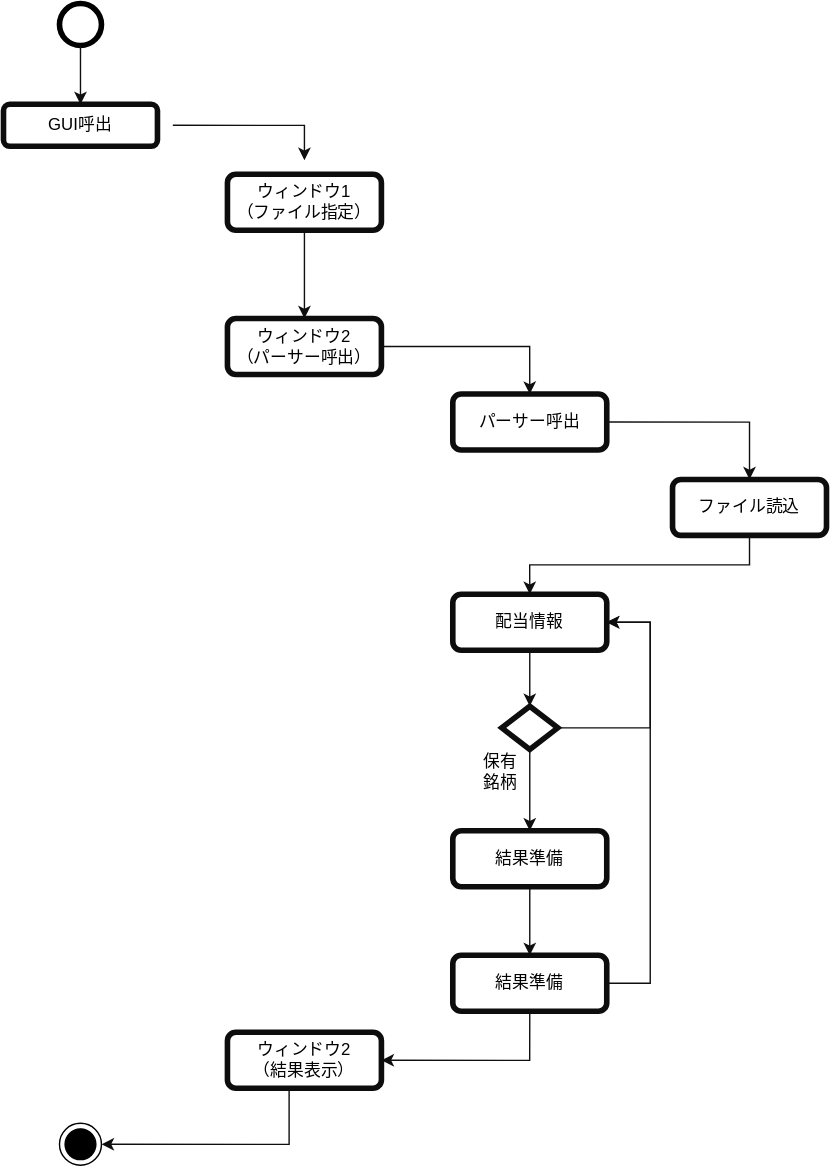
Before: client/docs/activity.drawio.svg, a diagram exported from draw.io (of3jlmssoo/djangorest-simple-app). Source tidied: cells renumbered, new cells last; positions are measured from the earlier drawing's top-left corner, leaving out a move shared by most shapes.
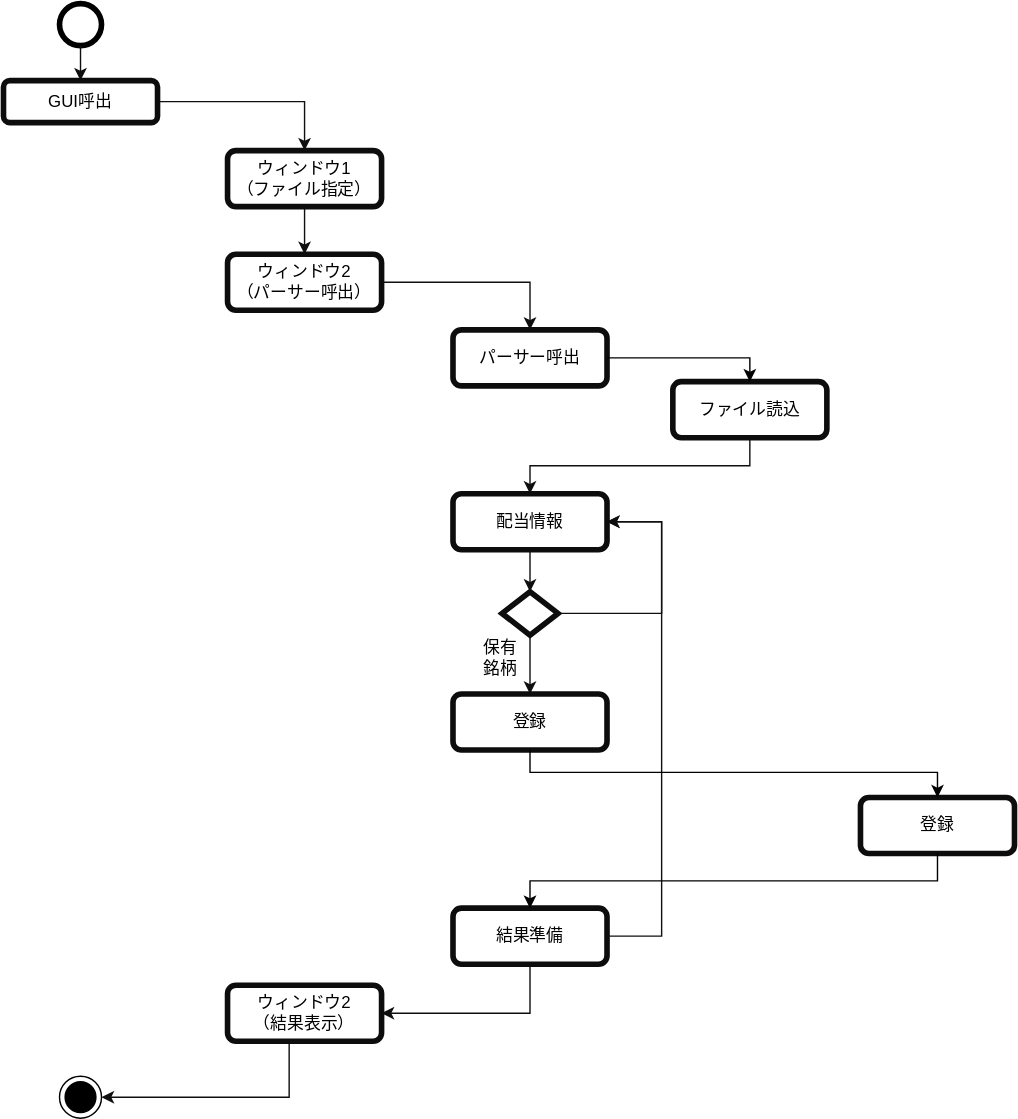
The same diagram one commit later.

Commit message:
activity diagram updated

Diff of the diagram source:
```diff
@@ -3,23 +3,21 @@
     <mxCell id="0" />
     <mxCell id="1" parent="0" />
     <mxCell id="2" value="保有&lt;br&gt;銘柄" style="text;html=1;strokeColor=none;fillColor=none;align=center;verticalAlign=middle;whiteSpace=wrap;rounded=0;fontColor=#000000;" parent="1" vertex="1">
-      <mxGeometry x="335" y="539" width="40" height="20" as="geometry" />
+      <mxGeometry x="244" y="485" width="40" height="20" as="geometry" />
     </mxCell>
     <mxCell id="3" style="ellipse;whiteSpace=wrap;html=1;strokeWidth=4;" parent="1" vertex="1">
-      <mxGeometry x="40" width="30" height="30" as="geometry" />
+      <mxGeometry x="-51" y="28" width="30" height="30" as="geometry" />
     </mxCell>
     <mxCell id="4" style="rounded=0;jettySize=auto;html=1;fontColor=#000000;labelBorderColor=#000000;strokeColor=#0F0F0F;exitX=0.5;exitY=1;exitDx=0;exitDy=0;" parent="1" edge="1" source="3" target="5">
       <mxGeometry relative="1" as="geometry" />
     </mxCell>
     <mxCell id="5" value="GUI呼出" style="rounded=1;whiteSpace=wrap;html=1;strokeColor=#0D0D0D;strokeWidth=4;fillColor=none;fontColor=#000000;" parent="1" vertex="1">
-      <mxGeometry y="72" width="110" height="30" as="geometry" />
+      <mxGeometry x="-91" y="83" width="110" height="30" as="geometry" />
     </mxCell>
-    <mxCell id="6" style="edgeStyle=orthogonalEdgeStyle;rounded=0;orthogonalLoop=1;jettySize=auto;html=1;entryX=1;entryY=0.5;entryDx=0;entryDy=0;fontColor=#000000;strokeColor=#0F0F0F;exitX=1;exitY=0.5;exitDx=0;exitDy=0;" parent="1" edge="1">
+    <mxCell id="6" style="edgeStyle=orthogonalEdgeStyle;rounded=0;jettySize=auto;html=1;entryX=0.5;entryY=0;entryDx=0;entryDy=0;fontColor=#000000;strokeColor=#0F0F0F;exitX=1;exitY=0.5;exitDx=0;exitDy=0;" parent="1" edge="1" source="5" target="8">
       <mxGeometry relative="1" as="geometry">
-        <mxPoint x="121" y="87" as="sourcePoint" />
-        <mxPoint x="215" y="112" as="targetPoint" />
         <Array as="points">
-          <mxPoint x="215" y="87" />
+          <mxPoint x="124" y="98" />
         </Array>
       </mxGeometry>
     </mxCell>
@@ -27,82 +25,93 @@
       <mxGeometry relative="1" as="geometry" />
     </mxCell>
     <mxCell id="8" value="ウィンドウ1&lt;br&gt;（ファイル指定）" style="rounded=1;whiteSpace=wrap;html=1;strokeColor=#0D0D0D;strokeWidth=4;fillColor=none;fontColor=#000000;" parent="1" vertex="1">
-      <mxGeometry x="160" y="122" width="110" height="40" as="geometry" />
+      <mxGeometry x="69" y="133" width="110" height="40" as="geometry" />
     </mxCell>
     <mxCell id="9" style="edgeStyle=orthogonalEdgeStyle;rounded=0;jettySize=auto;html=1;entryX=0.5;entryY=0;entryDx=0;entryDy=0;fontColor=#000000;strokeColor=#0F0F0F;exitX=1;exitY=0.5;exitDx=0;exitDy=0;" parent="1" edge="1" source="10" target="24">
       <mxGeometry relative="1" as="geometry" />
     </mxCell>
     <mxCell id="10" value="ウィンドウ2&lt;br&gt;（パーサー呼出）" style="rounded=1;whiteSpace=wrap;html=1;strokeColor=#0D0D0D;strokeWidth=4;fillColor=none;fontColor=#000000;" parent="1" vertex="1">
-      <mxGeometry x="160" y="225" width="110" height="40" as="geometry" />
+      <mxGeometry x="69" y="207" width="110" height="40" as="geometry" />
     </mxCell>
     <mxCell id="11" style="edgeStyle=orthogonalEdgeStyle;rounded=0;jettySize=auto;html=1;entryX=0.5;entryY=0;entryDx=0;entryDy=0;fontColor=#000000;strokeColor=#0F0F0F;exitX=0.5;exitY=1;exitDx=0;exitDy=0;" parent="1" edge="1" source="12" target="14">
       <mxGeometry relative="1" as="geometry" />
     </mxCell>
     <mxCell id="12" value="ファイル読込" style="rounded=1;whiteSpace=wrap;html=1;strokeColor=#0D0D0D;strokeWidth=4;fillColor=none;fontColor=#000000;" parent="1" vertex="1">
-      <mxGeometry x="478" y="340" width="110" height="40" as="geometry" />
+      <mxGeometry x="387" y="298" width="110" height="40" as="geometry" />
     </mxCell>
     <mxCell id="13" style="edgeStyle=orthogonalEdgeStyle;rounded=0;jettySize=auto;html=1;entryX=0.5;entryY=0;entryDx=0;entryDy=0;fontColor=#000000;strokeColor=#0F0F0F;" parent="1" edge="1" source="14" target="16">
       <mxGeometry relative="1" as="geometry" />
     </mxCell>
     <mxCell id="14" value="配当情報" style="rounded=1;whiteSpace=wrap;html=1;strokeColor=#0D0D0D;strokeWidth=4;fillColor=none;fontColor=#000000;" parent="1" vertex="1">
-      <mxGeometry x="321" y="422" width="110" height="40" as="geometry" />
+      <mxGeometry x="230" y="378" width="110" height="40" as="geometry" />
     </mxCell>
     <mxCell id="15" style="edgeStyle=orthogonalEdgeStyle;rounded=0;jettySize=auto;html=1;fontColor=#000000;strokeColor=#0F0F0F;entryX=0.5;entryY=0;entryDx=0;entryDy=0;" parent="1" edge="1" source="16" target="27">
       <mxGeometry relative="1" as="geometry" />
     </mxCell>
     <mxCell id="16" style="rhombus;whiteSpace=wrap;html=1;fontColor=#000000;strokeColor=#0D0D0D;strokeWidth=4;fillColor=none;" parent="1" vertex="1">
-      <mxGeometry x="356" y="502" width="40" height="31" as="geometry" />
+      <mxGeometry x="265" y="448" width="40" height="31" as="geometry" />
     </mxCell>
-    <mxCell id="17" style="endArrow=classic;html=1;fontColor=#000000;strokeColor=#0F0F0F;entryX=1;entryY=0.5;entryDx=0;entryDy=0;edgeStyle=orthogonalEdgeStyle;exitX=1;exitY=0.5;exitDx=0;exitDy=0;rounded=0;" parent="1" edge="1" source="16" target="14">
+    <mxCell id="17" style="endArrow=classic;html=1;fontColor=#000000;strokeColor=#0F0F0F;edgeStyle=orthogonalEdgeStyle;rounded=0;entryX=1;entryY=0.5;entryDx=0;entryDy=0;exitX=1;exitY=0.5;exitDx=0;exitDy=0;" parent="1" edge="1" source="16" target="14">
       <mxGeometry relative="1" as="geometry">
         <Array as="points">
-          <mxPoint x="462" y="518" />
-          <mxPoint x="462" y="442" />
+          <mxPoint x="379" y="464" />
+          <mxPoint x="379" y="398" />
         </Array>
       </mxGeometry>
     </mxCell>
     <mxCell id="18" value="結果準備" style="rounded=1;whiteSpace=wrap;html=1;strokeColor=#0D0D0D;strokeWidth=4;fillColor=none;fontColor=#000000;" parent="1" vertex="1">
-      <mxGeometry x="321" y="680" width="110" height="40" as="geometry" />
+      <mxGeometry x="230" y="674" width="110" height="40" as="geometry" />
     </mxCell>
-    <mxCell id="19" style="edgeStyle=orthogonalEdgeStyle;rounded=0;jettySize=auto;html=1;entryX=1;entryY=0.5;entryDx=0;entryDy=0;fontColor=#000000;strokeColor=#0F0F0F;exitX=1;exitY=0.5;exitDx=0;exitDy=0;" parent="1" edge="1" source="18" target="14">
-      <mxGeometry relative="1" as="geometry">
-        <Array as="points">
-          <mxPoint x="462" y="700" />
-          <mxPoint x="462" y="442" />
-        </Array>
-      </mxGeometry>
-    </mxCell>
     <mxCell id="20" value="ウィンドウ2&lt;br&gt;（結果表示）" style="rounded=1;whiteSpace=wrap;html=1;strokeColor=#0D0D0D;strokeWidth=4;fillColor=none;fontColor=#000000;" parent="1" vertex="1">
-      <mxGeometry x="160" y="735" width="110" height="40" as="geometry" />
+      <mxGeometry x="69" y="729" width="110" height="40" as="geometry" />
     </mxCell>
     <mxCell id="21" style="edgeStyle=orthogonalEdgeStyle;rounded=0;jettySize=auto;html=1;fontColor=#000000;strokeColor=#0F0F0F;exitX=0.5;exitY=1;exitDx=0;exitDy=0;entryX=1;entryY=0.5;entryDx=0;entryDy=0;" parent="1" edge="1" source="18" target="20">
       <mxGeometry relative="1" as="geometry">
         <Array as="points">
-          <mxPoint x="376" y="755" />
+          <mxPoint x="285" y="749" />
         </Array>
       </mxGeometry>
     </mxCell>
     <mxCell id="22" style="ellipse;html=1;shape=endState;fillColor=#000000;strokeColor=#000000;fontColor=#000000;" parent="1" vertex="1">
-      <mxGeometry x="40" y="800" width="30" height="30" as="geometry" />
+      <mxGeometry x="-51" y="794" width="30" height="30" as="geometry" />
     </mxCell>
     <mxCell id="23" style="edgeStyle=orthogonalEdgeStyle;rounded=0;jettySize=auto;html=1;fontColor=#000000;strokeColor=#0F0F0F;exitX=0.5;exitY=1;exitDx=0;exitDy=0;entryX=1;entryY=0.5;entryDx=0;entryDy=0;" parent="1" edge="1" source="20" target="22">
       <mxGeometry relative="1" as="geometry">
         <Array as="points">
-          <mxPoint x="204" y="815" />
+          <mxPoint x="113" y="809" />
         </Array>
       </mxGeometry>
     </mxCell>
     <mxCell id="24" value="パーサー呼出" style="rounded=1;whiteSpace=wrap;html=1;strokeColor=#0D0D0D;strokeWidth=4;fillColor=none;fontColor=#000000;" parent="1" vertex="1">
-      <mxGeometry x="321" y="279" width="110" height="40" as="geometry" />
+      <mxGeometry x="230" y="261" width="110" height="40" as="geometry" />
     </mxCell>
+    <mxCell id="27" value="登録" style="rounded=1;whiteSpace=wrap;html=1;strokeColor=#0D0D0D;strokeWidth=4;fillColor=none;fontColor=#000000;" parent="1" vertex="1">
+      <mxGeometry x="230" y="521" width="110" height="40" as="geometry" />
+    </mxCell>
+    <mxCell id="28" value="登録" style="rounded=1;whiteSpace=wrap;html=1;strokeColor=#0D0D0D;strokeWidth=4;fillColor=none;fontColor=#000000;" parent="1" vertex="1">
+      <mxGeometry x="521" y="595" width="110" height="40" as="geometry" />
+    </mxCell>
+    <mxCell id="19" style="endArrow=classic;html=1;fontColor=#000000;strokeColor=#0F0F0F;edgeStyle=orthogonalEdgeStyle;rounded=0;entryX=1;entryY=0.5;entryDx=0;entryDy=0;exitX=1;exitY=0.5;exitDx=0;exitDy=0;" parent="1" edge="1" source="18" target="14">
+      <mxGeometry relative="1" as="geometry">
+        <Array as="points">
+          <mxPoint x="379" y="694" />
+          <mxPoint x="379" y="398" />
+        </Array>
+      </mxGeometry>
+    </mxCell>
+    <mxCell id="29" style="endArrow=classic;html=1;entryX=0.5;entryY=0;entryDx=0;entryDy=0;exitX=0.5;exitY=1;exitDx=0;exitDy=0;edgeStyle=orthogonalEdgeStyle;rounded=0;strokeColor=#000000;endFill=1;" parent="1" edge="1" source="27" target="28">
+      <mxGeometry relative="1" as="geometry">
+        <Array as="points">
+          <mxPoint x="285" y="577" />
+          <mxPoint x="576" y="577" />
+        </Array>
+      </mxGeometry>
+    </mxCell>
+    <mxCell id="30" style="endArrow=none;html=1;strokeColor=#000000;exitX=0.5;exitY=0;exitDx=0;exitDy=0;entryX=0.5;entryY=1;entryDx=0;entryDy=0;edgeStyle=orthogonalEdgeStyle;rounded=0;endFill=0;startArrow=classic;startFill=1;" parent="1" edge="1" source="18" target="28">
+      <mxGeometry relative="1" as="geometry" />
+    </mxCell>
-    <mxCell id="25" style="edgeStyle=orthogonalEdgeStyle;rounded=0;jettySize=auto;html=1;entryX=0.5;entryY=0;entryDx=0;entryDy=0;fontColor=#000000;strokeColor=#0F0F0F;exitX=1;exitY=0.5;exitDx=0;exitDy=0;" parent="1" edge="1" source="24" target="12">
+    <mxCell id="25" style="endArrow=classic;html=1;strokeColor=#000000;entryX=0.5;entryY=0;entryDx=0;entryDy=0;exitX=1;exitY=0.5;exitDx=0;exitDy=0;edgeStyle=orthogonalEdgeStyle;rounded=0;endFill=1;" parent="1" edge="1" source="24" target="12">
       <mxGeometry relative="1" as="geometry" />
     </mxCell>
-    <mxCell id="26" style="edgeStyle=orthogonalEdgeStyle;rounded=0;jettySize=auto;html=1;entryX=0.5;entryY=0;entryDx=0;entryDy=0;fontColor=#000000;strokeColor=#0F0F0F;" parent="1" edge="1" source="27" target="18">
-      <mxGeometry relative="1" as="geometry" />
-    </mxCell>
-    <mxCell id="27" value="結果準備" style="rounded=1;whiteSpace=wrap;html=1;strokeColor=#0D0D0D;strokeWidth=4;fillColor=none;fontColor=#000000;" parent="1" vertex="1">
-      <mxGeometry x="321" y="591" width="110" height="40" as="geometry" />
-    </mxCell>
   </root>
 </mxGraphModel>
```
